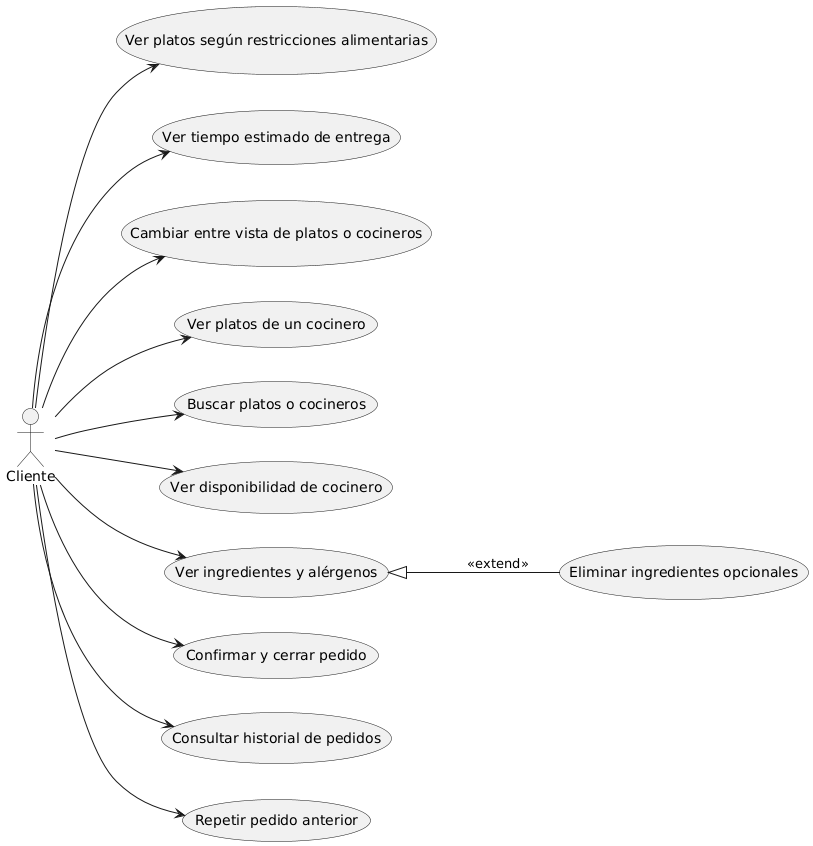
Earlier version of the PlantUML export documents/Diagrames Casos d'Us/Diagrames/Diagrama Caso de uso B2.png (dabien3/ES25UAB-511-05). Its diagram source:
```plantuml
@startuml
left to right direction

actor Cliente

usecase "Ver platos según restricciones alimentarias" as VerPlatosRestricciones
usecase "Ver tiempo estimado de entrega" as VerTiempoEntrega
usecase "Cambiar entre vista de platos o cocineros" as CambiarVista
usecase "Ver platos de un cocinero" as VerPlatosCocinero
usecase "Buscar platos o cocineros" as Buscar
usecase "Ver disponibilidad de cocinero" as DisponibilidadCocinero
usecase "Ver ingredientes y alérgenos" as VerIngredientes
usecase "Eliminar ingredientes opcionales" as EliminarIngredientes
usecase "Confirmar y cerrar pedido" as ConfirmarPedido
usecase "Consultar historial de pedidos" as HistorialPedidos
usecase "Repetir pedido anterior" as RepetirPedido


Cliente --> VerPlatosRestricciones
Cliente --> VerTiempoEntrega
Cliente --> CambiarVista
Cliente --> VerPlatosCocinero
Cliente --> Buscar
Cliente --> DisponibilidadCocinero
Cliente --> VerIngredientes
Cliente --> ConfirmarPedido
Cliente --> HistorialPedidos
Cliente --> RepetirPedido

VerIngredientes <|-- EliminarIngredientes : <<extend>>
@enduml
```
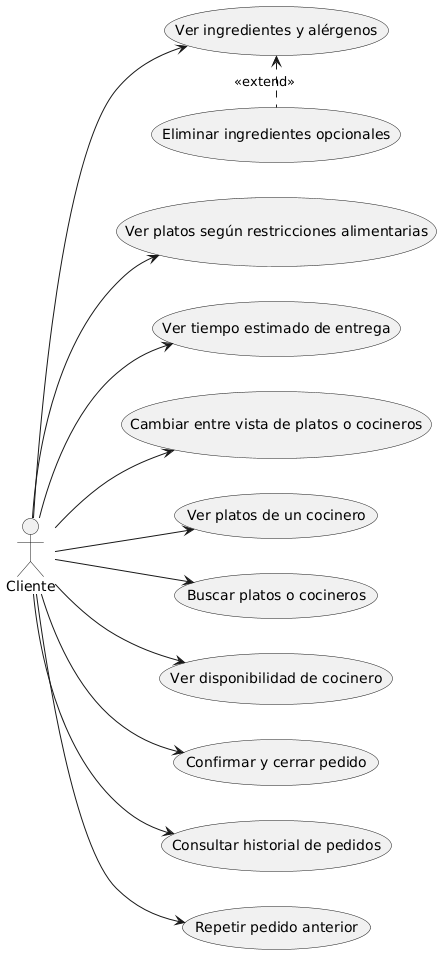
Later version of the same file.

Change to the diagram source:
```diff
@@ -26,6 +26,5 @@
 Cliente --> ConfirmarPedido
 Cliente --> HistorialPedidos
 Cliente --> RepetirPedido
-
-VerIngredientes <|-- EliminarIngredientes : <<extend>>
+VerIngredientes <. EliminarIngredientes : <<extend>>
 @enduml
```
